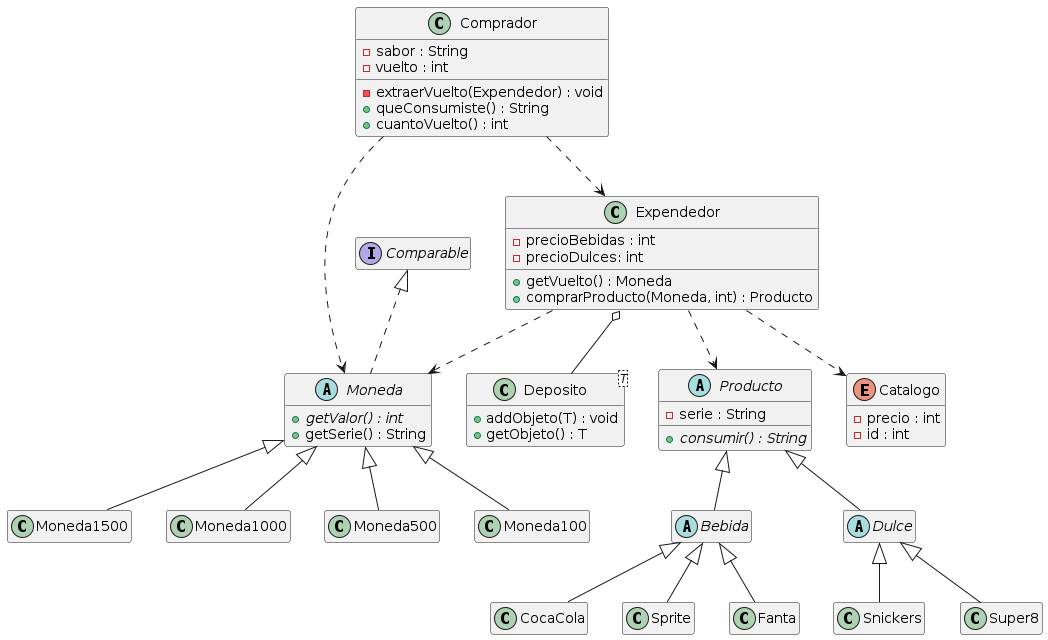
Earlier version of the PlantUML export UML_Imagen.png (molivas2022/Tarea3).
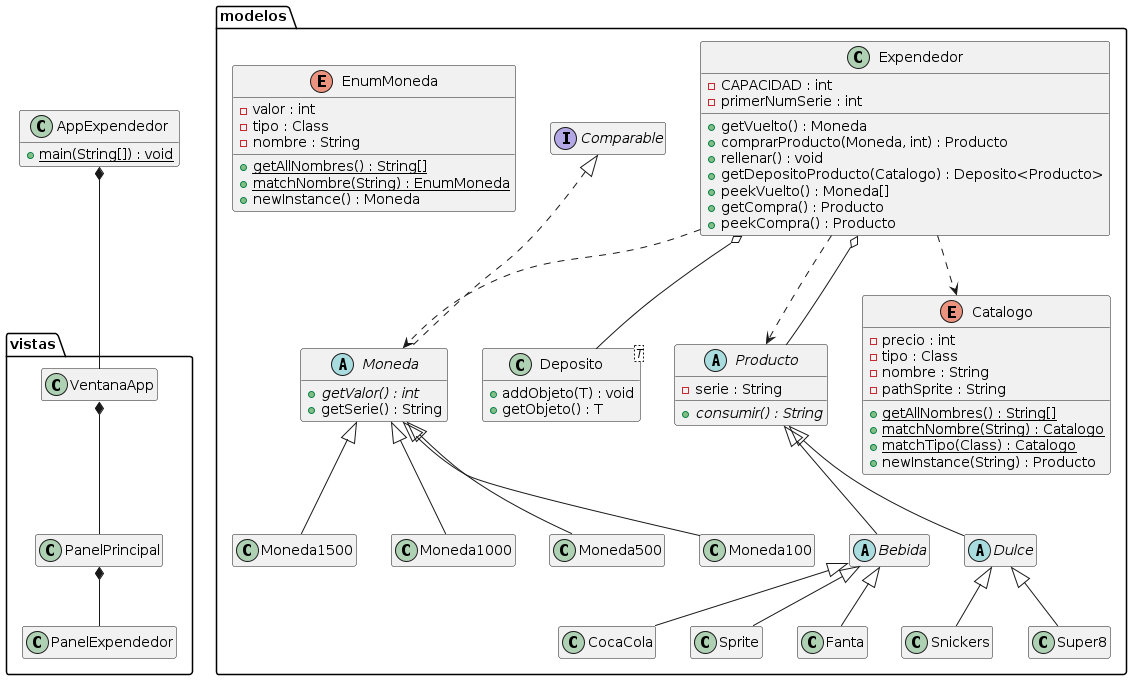
After the commit.

Commit message:
Refactor/Add: UML Ampliado.

What changed in the source:
```diff
@@ -2,59 +2,86 @@
 hide empty methods
 hide empty fields
 
-class Comprador {
-  {field} - sabor : String
-  {field} - vuelto : int
-  {method} - extraerVuelto(Expendedor) : void
-  {method} + queConsumiste() : String
-  {method} + cuantoVuelto() : int
-}
-class Expendedor {
-  {field} - precioBebidas : int
-  {field} - precioDulces: int
-  {method} + getVuelto() : Moneda
-  {method} + comprarProducto(Moneda, int) : Producto
-}
-class Deposito<T> {
-    {method} + addObjeto(T) : void
-    {method} + getObjeto() : T
-}
-abstract Moneda implements Comparable {
-  {method} {abstract} + getValor() : int
-  {method} + getSerie() : String
-}
-abstract Producto {
-    {field} - serie : String
-    {method} {abstract} + consumir() : String
-}
-abstract Bebida {
-}
-abstract Dulce {
-}
-enum Catalogo {
-    {field} - precio : int
-    {field} - id : int
+class AppExpendedor {
+  {method} {static} + main(String[]) : void
 }
 
-class Moneda1500
-class Moneda1000
-class Moneda500
-class Moneda100
 
-class CocaCola
-class Sprite
-class Fanta
+package "modelos" {
+  class Expendedor {
+    {field} - CAPACIDAD : int
+    {field} - primerNumSerie : int
+    {method} + getVuelto() : Moneda
+    {method} + comprarProducto(Moneda, int) : Producto
+    {method} + rellenar() : void
+    {method} + getDepositoProducto(Catalogo) : Deposito<Producto>
+    {method} + peekVuelto() : Moneda[]
+    {method} + getCompra() : Producto
+    {method} + peekCompra() : Producto
+  }
+  class Deposito<T> {
+      {method} + addObjeto(T) : void
+      {method} + getObjeto() : T
+  }
+  abstract Moneda implements Comparable {
+    {method} {abstract} + getValor() : int
+    {method} + getSerie() : String
+  }
+  abstract Producto {
+      {field} - serie : String
+      {method} {abstract} + consumir() : String
+  }
+  abstract Bebida {
+  }
+  abstract Dulce {
+  }
+  enum Catalogo {
+      {field} - precio : int
+      {field} - tipo : Class
+      {field} - nombre : String
+      {field} - pathSprite : String
+      {method} {static} + getAllNombres() : String[]
+      {method} {static} + matchNombre(String) : Catalogo
+      {method} {static} + matchTipo(Class) : Catalogo
+      {method} + newInstance(String) : Producto
+  }
+  enum EnumMoneda {
+    {field} - valor : int
+    {field} - tipo : Class
+    {field} - nombre : String
+    {method} {static} + getAllNombres() : String[]
+    {method} {static} + matchNombre(String) : EnumMoneda
+    {method} + newInstance() : Moneda
+  }
 
-class Snickers
-class Super8
+  class Moneda1500
+  class Moneda1000
+  class Moneda500
+  class Moneda100
 
-Comprador ..> Expendedor
-Comprador ..> Moneda
+  class CocaCola
+  class Sprite
+  class Fanta
+
+  class Snickers
+  class Super8
+}
+
+package "vistas" {
+  class VentanaApp
+  class PanelPrincipal
+  class PanelExpendedor
+}
+
 Expendedor ..> Producto
 Expendedor ..> Moneda
 Expendedor ..> Catalogo
 
 Expendedor o-- Deposito
+Expendedor o-- Producto
+AppExpendedor *-- VentanaApp
+VentanaApp *-- PanelPrincipal
+PanelPrincipal *-- PanelExpendedor
 
 Producto <|-- Bebida
 Producto <|-- Dulce
```
